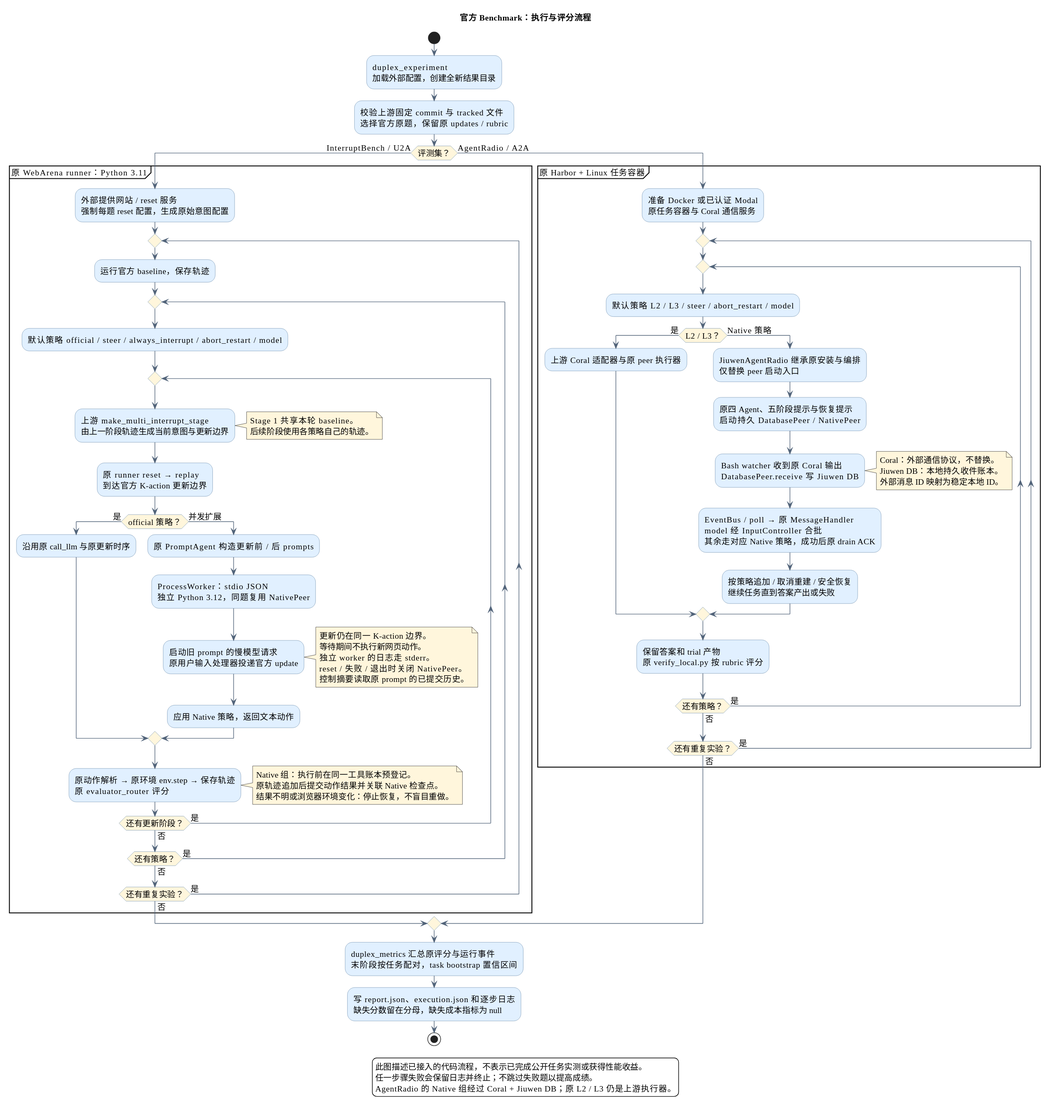
Above: docs/diagrams/duplex-benchmark-flow.svg in zuiho-kai/jiuwenswarm (PlantUML), before the change.
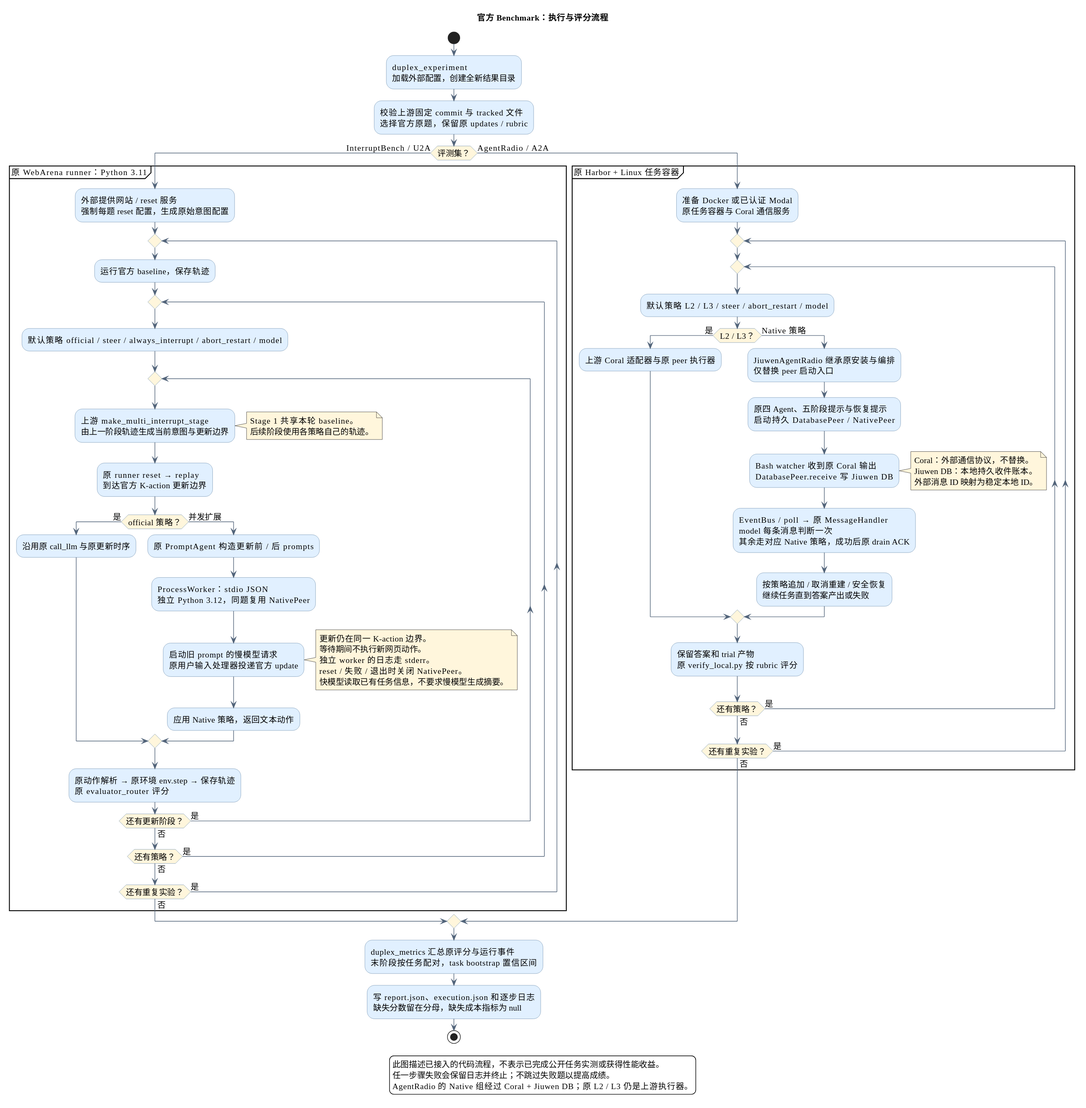
The same diagram one commit later.

What changed in the source:
```diff
@@ -38,16 +38,11 @@
               等待期间不执行新网页动作。
               独立 worker 的日志走 stderr。
               reset / 失败 / 退出时关闭 NativePeer。
-              控制摘要读取原 prompt 的已提交历史。
+              快模型读取已有任务信息，不要求慢模型生成摘要。
             end note
             :应用 Native 策略，返回文本动作;
           endif
           :原动作解析 → 原环境 env.step → 保存轨迹\n原 evaluator_router 评分;
-          note right
-            Native 组：执行前在同一工具账本预登记。
-            原轨迹追加后提交动作结果并关联 Native 检查点。
-            结果不明或浏览器环境变化：停止恢复，不盲目重做。
-          end note
         repeat while (还有更新阶段？) is (是) not (否)
       repeat while (还有策略？) is (是) not (否)
     repeat while (还有重复实验？) is (是) not (否)
@@ -69,7 +64,7 @@
             Jiuwen DB：本地持久收件账本。
             外部消息 ID 映射为稳定本地 ID。
           end note
-          :EventBus / poll → 原 MessageHandler\nmodel 经 InputController 合批\n其余走对应 Native 策略，成功后原 drain ACK;
+          :EventBus / poll → 原 MessageHandler\nmodel 每条消息判断一次\n其余走对应 Native 策略，成功后原 drain ACK;
           :按策略追加 / 取消重建 / 安全恢复\n继续任务直到答案产出或失败;
         endif
         :保留答案和 trial 产物\n原 verify_local.py 按 rubric 评分;
```
